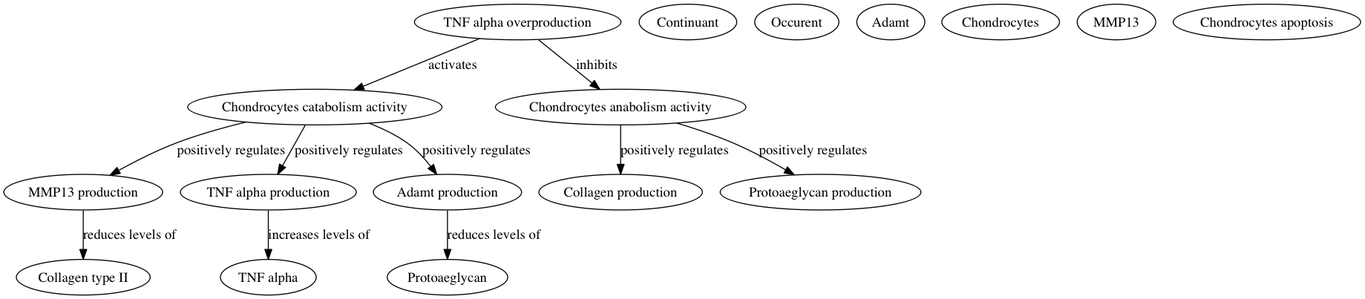
The Graphviz diagram shared/dot/digraph.png in plumdeq/grontocrawler, before a commit. Its source is kept beside it as shared/dot/digraph.dot.
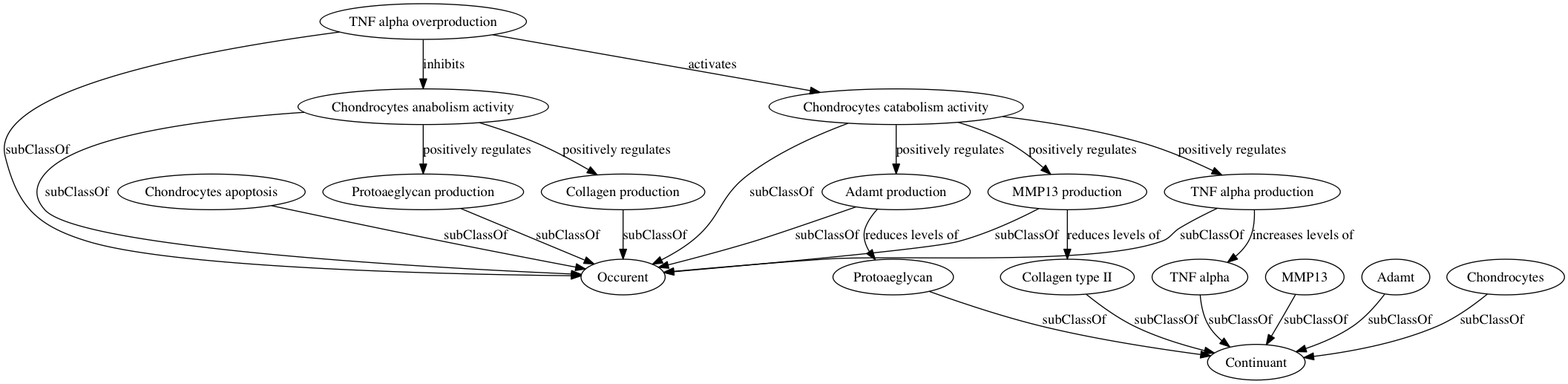
Above is the later version.

Diff of the diagram source:
```diff
@@ -1,29 +1,44 @@
 digraph g {
 "http://plumdeq.xyz/ontologies/hypothesis/Collagen_production" [label="Collagen production"] ;
-"http://plumdeq.xyz/ontologies/hypothesis/TNF_alpha" [label="TNF alpha"] ;
+"http://plumdeq.xyz/ontologies/hypothesis/TNF_alpha_overproduction" [label="TNF alpha overproduction"] ;
+"http://plumdeq.xyz/ontologies/hypothesis/Adamt_production" [label="Adamt production"] ;
 "http://plumdeq.xyz/ontologies/hypothesis/MMP13_production" [label="MMP13 production"] ;
-"http://plumdeq.xyz/ontologies/hypothesis/Protoaeglycan_production" [label="Protoaeglycan production"] ;
 "http://plumdeq.xyz/ontologies/hypothesis/Continuant" [label="Continuant"] ;
 "http://plumdeq.xyz/ontologies/hypothesis/TNF_alpha_production" [label="TNF alpha production"] ;
-"http://plumdeq.xyz/ontologies/hypothesis/Adamt_production" [label="Adamt production"] ;
+"http://plumdeq.xyz/ontologies/hypothesis/MMP13" [label="MMP13"] ;
 "http://plumdeq.xyz/ontologies/hypothesis/Occurent" [label="Occurent"] ;
-"http://plumdeq.xyz/ontologies/hypothesis/Chondrocytes_catabolism_activity" [label="Chondrocytes catabolism activity"] ;
+"http://plumdeq.xyz/ontologies/hypothesis/TNF_alpha" [label="TNF alpha"] ;
 "http://plumdeq.xyz/ontologies/hypothesis/Chondrocytes_anabolism_activity" [label="Chondrocytes anabolism activity"] ;
 "http://plumdeq.xyz/ontologies/hypothesis/Adamt" [label="Adamt"] ;
 "http://plumdeq.xyz/ontologies/hypothesis/Chondrocytes" [label="Chondrocytes"] ;
-"http://plumdeq.xyz/ontologies/hypothesis/MMP13" [label="MMP13"] ;
+"http://plumdeq.xyz/ontologies/hypothesis/Protoaeglycan_production" [label="Protoaeglycan production"] ;
 "http://plumdeq.xyz/ontologies/hypothesis/Protoaeglycan" [label="Protoaeglycan"] ;
-"http://plumdeq.xyz/ontologies/hypothesis/TNF_alpha_overproduction" [label="TNF alpha overproduction"] ;
+"http://plumdeq.xyz/ontologies/hypothesis/Chondrocytes_catabolism_activity" [label="Chondrocytes catabolism activity"] ;
 "http://plumdeq.xyz/ontologies/hypothesis/Chondrocytes_apoptosis" [label="Chondrocytes apoptosis"] ;
 "http://plumdeq.xyz/ontologies/hypothesis/Collagen_type_II" [label="Collagen type II"] ;
+"http://plumdeq.xyz/ontologies/hypothesis/Collagen_production" -> "http://plumdeq.xyz/ontologies/hypothesis/Occurent" [label="subClassOf"] ;
+"http://plumdeq.xyz/ontologies/hypothesis/TNF_alpha_overproduction" -> "http://plumdeq.xyz/ontologies/hypothesis/Chondrocytes_anabolism_activity" [label="inhibits"] ;
+"http://plumdeq.xyz/ontologies/hypothesis/TNF_alpha_overproduction" -> "http://plumdeq.xyz/ontologies/hypothesis/Chondrocytes_catabolism_activity" [label="activates"] ;
+"http://plumdeq.xyz/ontologies/hypothesis/TNF_alpha_overproduction" -> "http://plumdeq.xyz/ontologies/hypothesis/Occurent" [label="subClassOf"] ;
+"http://plumdeq.xyz/ontologies/hypothesis/Adamt_production" -> "http://plumdeq.xyz/ontologies/hypothesis/Protoaeglycan" [label="reduces levels of"] ;
+"http://plumdeq.xyz/ontologies/hypothesis/Adamt_production" -> "http://plumdeq.xyz/ontologies/hypothesis/Occurent" [label="subClassOf"] ;
 "http://plumdeq.xyz/ontologies/hypothesis/MMP13_production" -> "http://plumdeq.xyz/ontologies/hypothesis/Collagen_type_II" [label="reduces levels of"] ;
+"http://plumdeq.xyz/ontologies/hypothesis/MMP13_production" -> "http://plumdeq.xyz/ontologies/hypothesis/Occurent" [label="subClassOf"] ;
 "http://plumdeq.xyz/ontologies/hypothesis/TNF_alpha_production" -> "http://plumdeq.xyz/ontologies/hypothesis/TNF_alpha" [label="increases levels of"] ;
-"http://plumdeq.xyz/ontologies/hypothesis/Adamt_production" -> "http://plumdeq.xyz/ontologies/hypothesis/Protoaeglycan" [label="reduces levels of"] ;
+"http://plumdeq.xyz/ontologies/hypothesis/TNF_alpha_production" -> "http://plumdeq.xyz/ontologies/hypothesis/Occurent" [label="subClassOf"] ;
+"http://plumdeq.xyz/ontologies/hypothesis/MMP13" -> "http://plumdeq.xyz/ontologies/hypothesis/Continuant" [label="subClassOf"] ;
+"http://plumdeq.xyz/ontologies/hypothesis/TNF_alpha" -> "http://plumdeq.xyz/ontologies/hypothesis/Continuant" [label="subClassOf"] ;
+"http://plumdeq.xyz/ontologies/hypothesis/Chondrocytes_anabolism_activity" -> "http://plumdeq.xyz/ontologies/hypothesis/Collagen_production" [label="positively regulates"] ;
+"http://plumdeq.xyz/ontologies/hypothesis/Chondrocytes_anabolism_activity" -> "http://plumdeq.xyz/ontologies/hypothesis/Protoaeglycan_production" [label="positively regulates"] ;
+"http://plumdeq.xyz/ontologies/hypothesis/Chondrocytes_anabolism_activity" -> "http://plumdeq.xyz/ontologies/hypothesis/Occurent" [label="subClassOf"] ;
+"http://plumdeq.xyz/ontologies/hypothesis/Adamt" -> "http://plumdeq.xyz/ontologies/hypothesis/Continuant" [label="subClassOf"] ;
+"http://plumdeq.xyz/ontologies/hypothesis/Chondrocytes" -> "http://plumdeq.xyz/ontologies/hypothesis/Continuant" [label="subClassOf"] ;
+"http://plumdeq.xyz/ontologies/hypothesis/Protoaeglycan_production" -> "http://plumdeq.xyz/ontologies/hypothesis/Occurent" [label="subClassOf"] ;
+"http://plumdeq.xyz/ontologies/hypothesis/Protoaeglycan" -> "http://plumdeq.xyz/ontologies/hypothesis/Continuant" [label="subClassOf"] ;
 "http://plumdeq.xyz/ontologies/hypothesis/Chondrocytes_catabolism_activity" -> "http://plumdeq.xyz/ontologies/hypothesis/TNF_alpha_production" [label="positively regulates"] ;
 "http://plumdeq.xyz/ontologies/hypothesis/Chondrocytes_catabolism_activity" -> "http://plumdeq.xyz/ontologies/hypothesis/Adamt_production" [label="positively regulates"] ;
 "http://plumdeq.xyz/ontologies/hypothesis/Chondrocytes_catabolism_activity" -> "http://plumdeq.xyz/ontologies/hypothesis/MMP13_production" [label="positively regulates"] ;
-"http://plumdeq.xyz/ontologies/hypothesis/Chondrocytes_anabolism_activity" -> "http://plumdeq.xyz/ontologies/hypothesis/Collagen_production" [label="positively regulates"] ;
-"http://plumdeq.xyz/ontologies/hypothesis/Chondrocytes_anabolism_activity" -> "http://plumdeq.xyz/ontologies/hypothesis/Protoaeglycan_production" [label="positively regulates"] ;
-"http://plumdeq.xyz/ontologies/hypothesis/TNF_alpha_overproduction" -> "http://plumdeq.xyz/ontologies/hypothesis/Chondrocytes_anabolism_activity" [label="inhibits"] ;
-"http://plumdeq.xyz/ontologies/hypothesis/TNF_alpha_overproduction" -> "http://plumdeq.xyz/ontologies/hypothesis/Chondrocytes_catabolism_activity" [label="activates"] ;
+"http://plumdeq.xyz/ontologies/hypothesis/Chondrocytes_catabolism_activity" -> "http://plumdeq.xyz/ontologies/hypothesis/Occurent" [label="subClassOf"] ;
+"http://plumdeq.xyz/ontologies/hypothesis/Chondrocytes_apoptosis" -> "http://plumdeq.xyz/ontologies/hypothesis/Occurent" [label="subClassOf"] ;
+"http://plumdeq.xyz/ontologies/hypothesis/Collagen_type_II" -> "http://plumdeq.xyz/ontologies/hypothesis/Continuant" [label="subClassOf"] ;
 }
```
